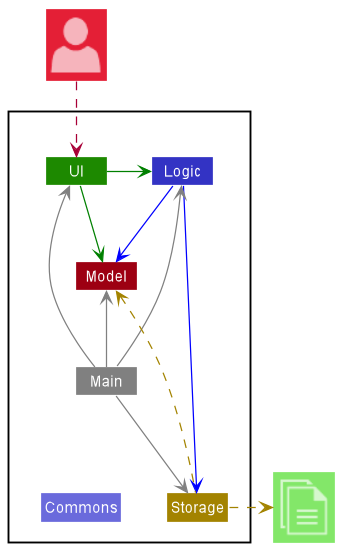
Above: docs/images/ArchitectureDiagram.png in nus-cs2103-AY2223S2/tp (PlantUML), before the change.
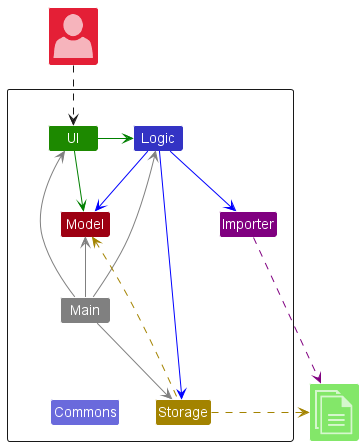
The same diagram one commit later.

The edit, as a diff of the source:
```diff
@@ -11,6 +11,7 @@
     Class Model MODEL_COLOR
     Class Main #grey
     Class Commons LOGIC_COLOR_T2
+    Class Importer #purple
 }
 
 Class "<$user>" as User MODEL_COLOR_T2
@@ -20,6 +21,7 @@
 UI -[#green]> Logic
 UI -right[#green]-> Model
 Logic -[#blue]-> Storage
+Logic -[#blue]-> Importer
 Logic -down[#blue]-> Model
 Main -[#grey]-> UI
 Main -[#grey]-> Logic
@@ -29,5 +31,6 @@
 
 Storage -up[STORAGE_COLOR].> Model
 Storage .right[STORAGE_COLOR].>File
+Importer .right[#purple].>File
 User ..> UI
 @enduml
```
